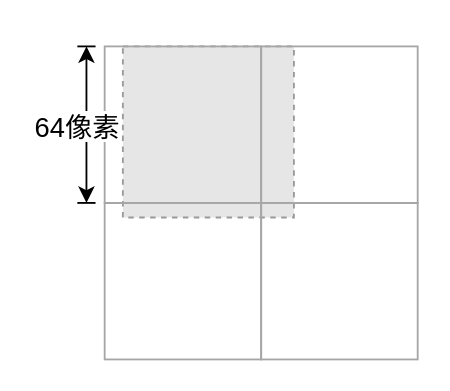
This is 64.drawio from imzoer/imzoer.github.io, a draw.io file, before an edit. Source tidied: cells renumbered, new cells numbered last; positions are measured from the earlier drawing's top-left corner, leaving out a move shared by most shapes. Both pictures are drawn from the tidied source at 182%, with x=0, y=0 at pixel (31, 46). Pictures stored in the file or linked from it are replaced by grey dashed boxes.
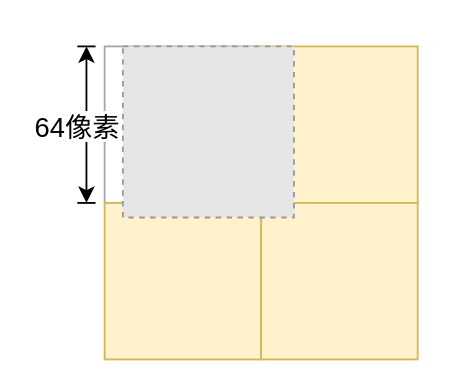
The same diagram, later.

What changed in the source:
```diff
@@
 <mxGraphModel>
   <root>
     <mxCell id="0" />
     <mxCell id="1" parent="0" />
-    <mxCell id="2" style="fillColor=#E6E6E6;strokeColor=#999999;dashed=1;verticalLabelPosition=bottom;verticalAlign=top;" parent="1" vertex="1">
-      <mxGeometry x="50" width="94" height="94" as="geometry" />
-    </mxCell>
     <mxCell id="3" style="whiteSpace=wrap;html=1;fillColor=none;strokeColor=#A6A6A6;" parent="1" vertex="1">
       <mxGeometry x="40" width="86" height="86" as="geometry" />
     </mxCell>
-    <mxCell id="4" style="whiteSpace=wrap;html=1;fillColor=none;strokeColor=#A6A6A6;" parent="1" vertex="1">
+    <mxCell id="4" style="whiteSpace=wrap;html=1;fillColor=#fff2cc;strokeColor=#d6b656;" parent="1" vertex="1">
       <mxGeometry x="126" width="86" height="86" as="geometry" />
     </mxCell>
-    <mxCell id="5" style="whiteSpace=wrap;html=1;fillColor=none;strokeColor=#A6A6A6;" parent="1" vertex="1">
+    <mxCell id="5" style="whiteSpace=wrap;html=1;fillColor=#fff2cc;strokeColor=#d6b656;" parent="1" vertex="1">
       <mxGeometry x="40" y="86" width="86" height="86" as="geometry" />
     </mxCell>
-    <mxCell id="6" style="whiteSpace=wrap;html=1;fillColor=none;strokeColor=#A6A6A6;" parent="1" vertex="1">
+    <mxCell id="6" style="whiteSpace=wrap;html=1;fillColor=#fff2cc;strokeColor=#d6b656;" parent="1" vertex="1">
       <mxGeometry x="126" y="86" width="86" height="86" as="geometry" />
     </mxCell>
     <mxCell id="7" style="endArrow=none;html=1;" parent="1" edge="1">
       <mxGeometry relative="1" as="geometry">
         <mxPoint x="25" y="86" as="sourcePoint" />
         <mxPoint x="35" y="86" as="targetPoint" />
       </mxGeometry>
     </mxCell>
     <mxCell id="8" style="endArrow=none;html=1;" parent="1" edge="1">
       <mxGeometry relative="1" as="geometry">
         <mxPoint x="25" as="sourcePoint" />
         <mxPoint x="35" as="targetPoint" />
       </mxGeometry>
     </mxCell>
     <mxCell id="9" style="endArrow=classic;startArrow=classic;html=1;" parent="1" edge="1">
       <mxGeometry relative="1" as="geometry">
         <mxPoint x="30" y="86" as="sourcePoint" />
         <mxPoint x="30" as="targetPoint" />
       </mxGeometry>
     </mxCell>
     <mxCell id="10" value="&lt;font style=&quot;font-size: 15px ; background-color: rgb(255 , 255 , 255)&quot;&gt;64像素&lt;/font&gt;" style="text;html=1;align=left;verticalAlign=top;spacingTop=-4;" parent="1" vertex="1">
       <mxGeometry y="33" width="60" height="20" as="geometry" />
     </mxCell>
+    <mxCell id="2" style="fillColor=#E6E6E6;strokeColor=#999999;dashed=1;verticalLabelPosition=bottom;verticalAlign=top;" parent="1" vertex="1">
+      <mxGeometry x="50" width="94" height="94" as="geometry" />
+    </mxCell>
   </root>
 </mxGraphModel>
```
